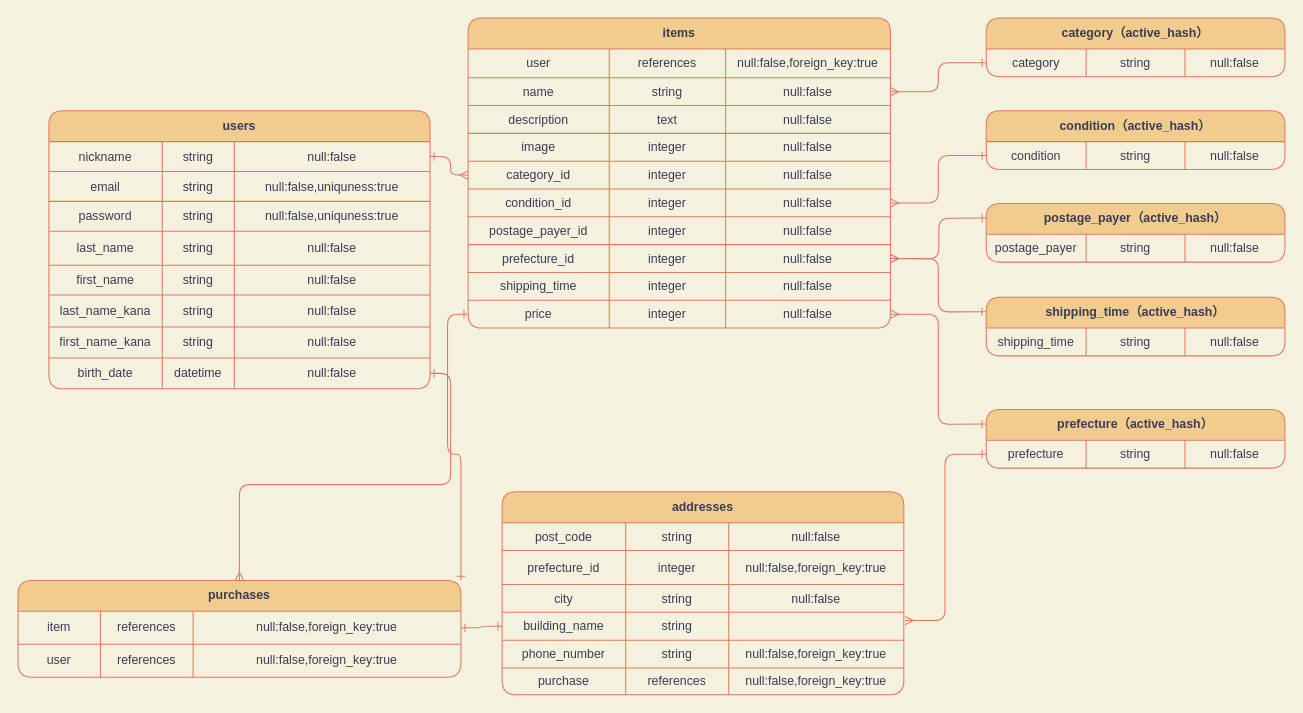
Before: furima.dio in inpachi-yume/furima-29851, a draw.io diagram. Source tidied: cells renumbered, new cells numbered last; positions are measured from the earlier drawing's top-left corner, leaving out a move shared by most shapes. Both pictures are drawn from the tidied source at 103%, with x=0, y=0 at pixel (18, 18).
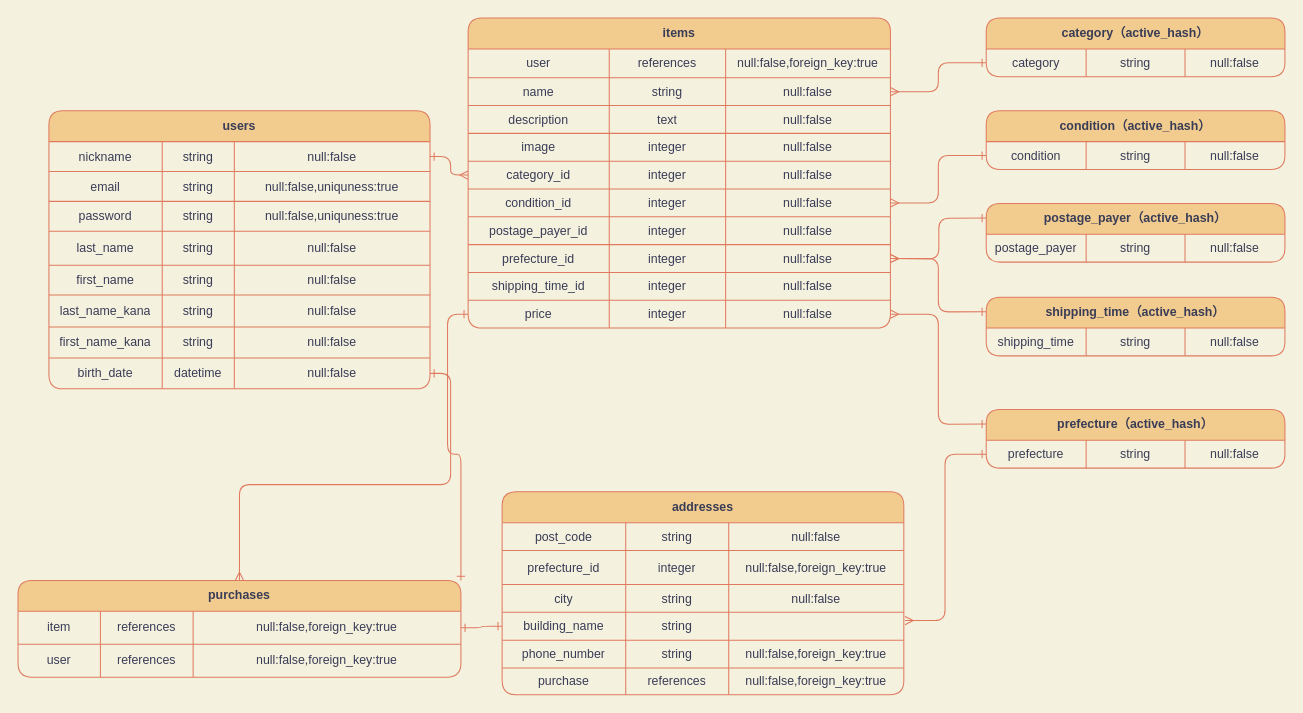
After the change.

The change refers to these unchanged cells:
```xml
<mxCell id="65" style="shape=partialRectangle;html=1;whiteSpace=wrap;fillColor=none;top=0;left=0;bottom=0;right=0;rounded=1;strokeColor=#E07A5F;fontColor=#393C56;" parent="32" vertex="1">
  <mxGeometry y="247" width="410" height="27" as="geometry" />
</mxCell>
```

Diff of the diagram source:
```diff
@@
-    <mxCell id="66" value="shipping_time" style="shape=partialRectangle;html=1;whiteSpace=wrap;fillColor=none;top=0;left=0;bottom=0;right=0;overflow=hidden;rounded=1;strokeColor=#E07A5F;fontColor=#393C56;" parent="65" vertex="1">
+    <mxCell id="66" value="shipping_time_id" style="shape=partialRectangle;html=1;whiteSpace=wrap;fillColor=none;top=0;left=0;bottom=0;right=0;overflow=hidden;rounded=1;strokeColor=#E07A5F;fontColor=#393C56;" parent="65" vertex="1">
       <mxGeometry width="137" height="27" as="geometry" />
     </mxCell>
```
